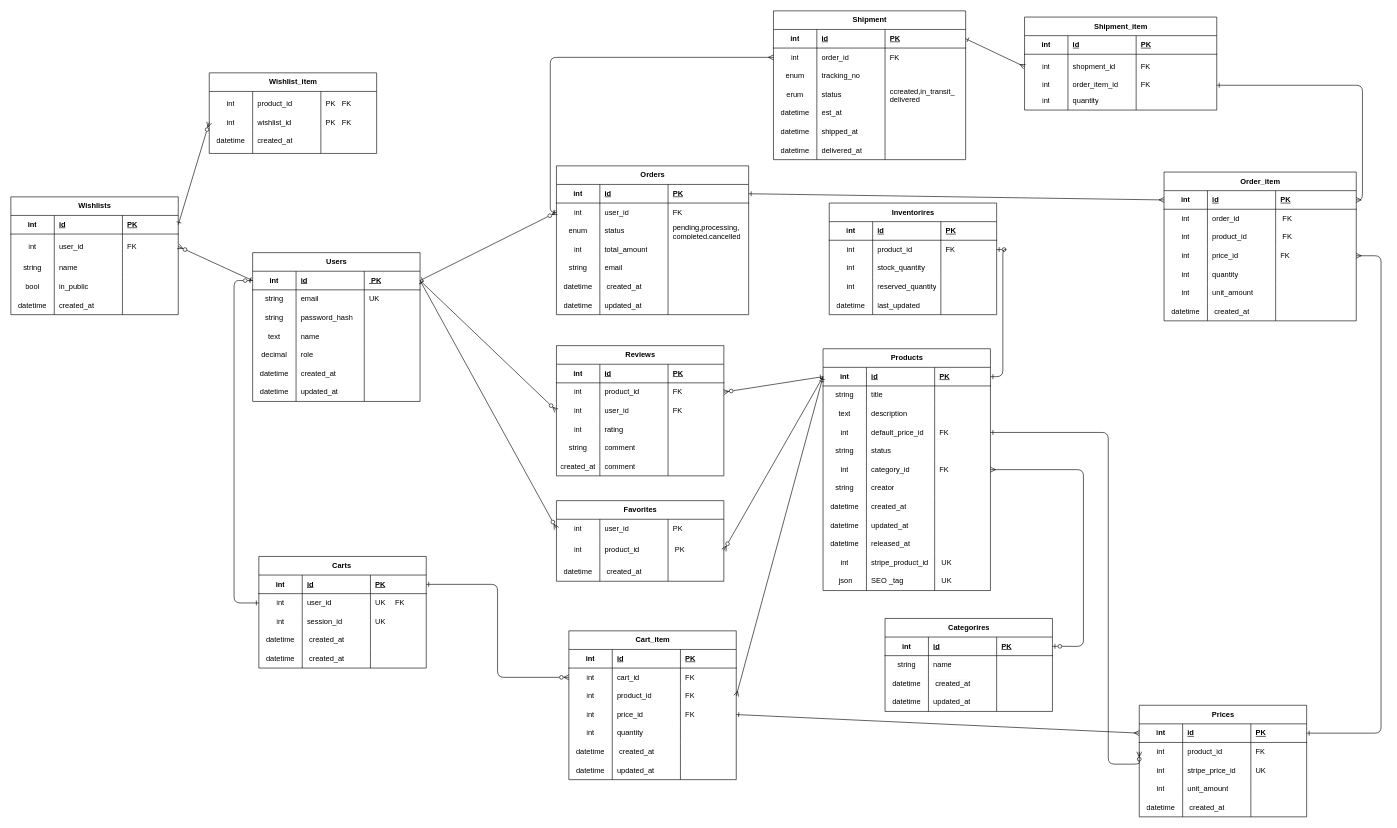
Earlier version of the draw.io diagram page "ER図案" (2 of 2) of er.dio (tt-921/recursion_backendproject_5_team). Source tidied: cells renumbered, new cells numbered last; positions are measured from the earlier drawing's top-left corner, leaving out a move shared by most shapes. Both pictures are drawn from the tidied source at 62%, with x=0, y=0 at pixel (11, 11).
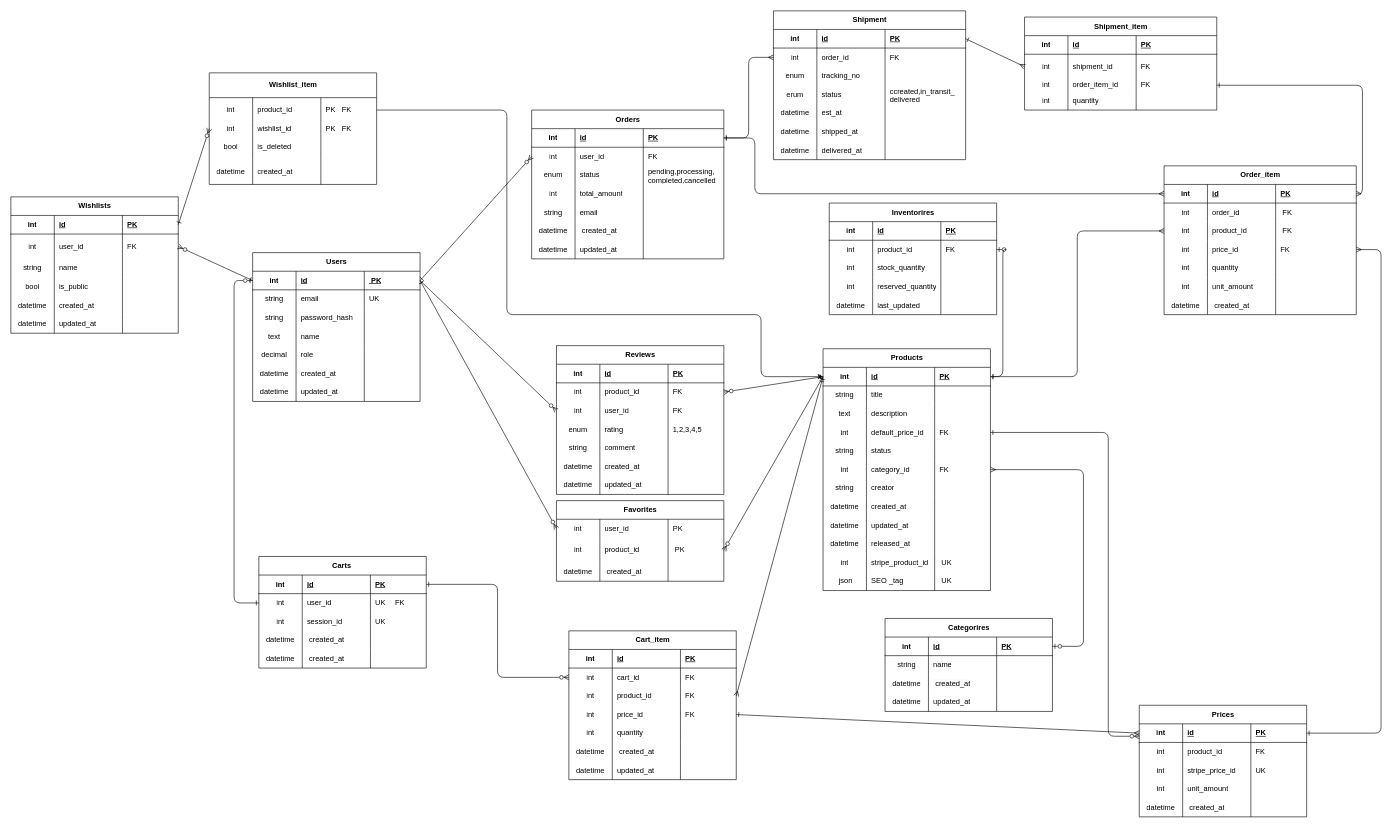
The same page after the edit.

Commit message:
レビューの修正

The change refers to these unchanged cells:
```xml
<mxCell id="3" style="shape=tableRow;horizontal=0;startSize=0;swimlaneHead=0;swimlaneBody=0;fillColor=none;points=[[0,0.5],[1,0.5]];portConstraint=eastwest;top=0;left=0;right=0;bottom=1;" parent="2" vertex="1">
  <mxGeometry y="30" width="270" height="30" as="geometry" />
</mxCell>
<mxCell id="15" style="shape=tableRow;horizontal=0;startSize=0;swimlaneHead=0;swimlaneBody=0;fillColor=none;points=[[0,0.5],[1,0.5]];portConstraint=eastwest;top=0;left=0;right=0;bottom=0;" parent="2" vertex="1">
  <mxGeometry y="120" width="270" height="30" as="geometry" />
</mxCell>
<mxCell id="108" style="shape=tableRow;horizontal=0;startSize=0;swimlaneHead=0;swimlaneBody=0;fillColor=none;points=[[0,0.5],[1,0.5]];portConstraint=eastwest;top=0;left=0;right=0;bottom=0;" parent="103" vertex="1">
  <mxGeometry y="60" width="270" height="30" as="geometry" />
</mxCell>
<mxCell id="125" style="shape=tableRow;horizontal=0;startSize=0;swimlaneHead=0;swimlaneBody=0;fillColor=none;points=[[0,0.5],[1,0.5]];portConstraint=eastwest;top=0;left=0;right=0;bottom=1;" parent="124" vertex="1">
  <mxGeometry y="30" width="310" height="30" as="geometry" />
</mxCell>
<mxCell id="129" style="shape=tableRow;horizontal=0;startSize=0;swimlaneHead=0;swimlaneBody=0;fillColor=none;points=[[0,0.5],[1,0.5]];portConstraint=eastwest;top=0;left=0;right=0;bottom=0;" parent="124" vertex="1">
  <mxGeometry y="60" width="310" height="30" as="geometry" />
</mxCell>
<mxCell id="154" style="shape=tableRow;horizontal=0;startSize=0;swimlaneHead=0;swimlaneBody=0;fillColor=none;points=[[0,0.5],[1,0.5]];portConstraint=eastwest;top=0;left=0;right=0;bottom=1;" parent="153" vertex="1">
  <mxGeometry y="30" width="310" height="30" as="geometry" />
</mxCell>
<mxCell id="162" style="shape=tableRow;horizontal=0;startSize=0;swimlaneHead=0;swimlaneBody=0;fillColor=none;points=[[0,0.5],[1,0.5]];portConstraint=eastwest;top=0;left=0;right=0;bottom=0;" parent="153" vertex="1">
  <mxGeometry y="90" width="310" height="30" as="geometry" />
</mxCell>
<mxCell id="195" style="shape=tableRow;horizontal=0;startSize=0;swimlaneHead=0;swimlaneBody=0;fillColor=none;top=0;left=0;right=0;bottom=0;" parent="182" vertex="1">
  <mxGeometry y="120" width="270" height="30" as="geometry" />
</mxCell>
<mxCell id="203" style="shape=tableRow;horizontal=0;startSize=0;swimlaneHead=0;swimlaneBody=0;fillColor=none;top=0;left=0;right=0;bottom=0;" parent="182" vertex="1">
  <mxGeometry y="180" width="270" height="30" as="geometry" />
</mxCell>
<mxCell id="283" style="shape=tableRow;horizontal=0;startSize=0;swimlaneHead=0;swimlaneBody=0;fillColor=none;top=0;left=0;right=0;bottom=0;" parent="270" vertex="1">
  <mxGeometry y="130" width="270" height="30" as="geometry" />
</mxCell>
<mxCell id="341" style="shape=tableRow;horizontal=0;startSize=0;swimlaneHead=0;swimlaneBody=0;fillColor=none;points=[[0,0.5],[1,0.5]];portConstraint=eastwest;top=0;left=0;right=0;bottom=0;" parent="336" vertex="1">
  <mxGeometry y="60" width="310" height="30" as="geometry" />
</mxCell>
<mxCell id="371" style="shape=tableRow;horizontal=0;startSize=0;swimlaneHead=0;swimlaneBody=0;fillColor=none;points=[[0,0.5],[1,0.5]];portConstraint=eastwest;top=0;left=0;right=0;bottom=0;" parent="366" vertex="1">
  <mxGeometry y="60" width="310" height="40" as="geometry" />
</mxCell>
```

The edit, as a diff of the source:
```diff
@@
     <mxCell id="124" value="Orders" style="shape=table;startSize=30;childLayout=tableLayout;rowLines=0;fontStyle=1;align=center;html=1;" parent="1" vertex="1">
-      <mxGeometry x="880" y="250" width="310" height="240" as="geometry" />
+      <mxGeometry x="840" y="160" width="310" height="240" as="geometry" />
     </mxCell>
@@
     <mxCell id="153" value="Order_item" style="shape=table;startSize=30;childLayout=tableLayout;rowLines=0;fontStyle=1;align=center;html=1;" parent="1" vertex="1">
-      <mxGeometry x="1860" y="260" width="310" height="240" as="geometry" />
+      <mxGeometry x="1860" y="250" width="310" height="240" as="geometry" />
     </mxCell>
@@
     <mxCell id="182" value="Reviews" style="shape=table;startSize=30;childLayout=tableLayout;rowLines=0;fontStyle=1;align=center;html=1;" parent="1" vertex="1">
-      <mxGeometry x="880" y="540" width="270" height="210" as="geometry" />
+      <mxGeometry x="880" y="540" width="270" height="240" as="geometry" />
     </mxCell>
@@
-    <mxCell id="196" value="int" style="shape=partialRectangle;fillColor=none;top=0;left=0;bottom=0;right=0;overflow=hidden;whiteSpace=wrap;html=1;" parent="195" vertex="1">
+    <mxCell id="196" value="enum" style="shape=partialRectangle;fillColor=none;top=0;left=0;bottom=0;right=0;overflow=hidden;whiteSpace=wrap;html=1;" parent="195" vertex="1">
       <mxGeometry width="70" height="30" as="geometry" />
     </mxCell>
@@
-    <mxCell id="198" style="shape=partialRectangle;fillColor=none;top=0;left=0;bottom=0;right=0;align=left;spacingLeft=6;overflow=hidden;whiteSpace=wrap;html=1;" parent="195" vertex="1">
+    <mxCell id="198" value="1,2,3,4,5" style="shape=partialRectangle;fillColor=none;top=0;left=0;bottom=0;right=0;align=left;spacingLeft=6;overflow=hidden;whiteSpace=wrap;html=1;" parent="195" vertex="1">
       <mxGeometry x="180" width="90" height="30" as="geometry" />
     </mxCell>
@@
-    <mxCell id="204" value="created_at" style="shape=partialRectangle;fillColor=none;top=0;left=0;bottom=0;right=0;overflow=hidden;whiteSpace=wrap;html=1;" parent="203" vertex="1">
+    <mxCell id="204" value="&lt;span style=&quot;color: rgb(0, 0, 0);&quot;&gt;datetime&lt;/span&gt;" style="shape=partialRectangle;fillColor=none;top=0;left=0;bottom=0;right=0;overflow=hidden;whiteSpace=wrap;html=1;" parent="203" vertex="1">
       <mxGeometry width="70" height="30" as="geometry" />
     </mxCell>
-    <mxCell id="205" value="comment" style="shape=partialRectangle;fillColor=none;top=0;left=0;bottom=0;right=0;align=left;spacingLeft=6;overflow=hidden;whiteSpace=wrap;html=1;" parent="203" vertex="1">
+    <mxCell id="205" value="&lt;span style=&quot;color: rgb(0, 0, 0); font-family: Helvetica; font-size: 12px; font-style: normal; font-variant-ligatures: normal; font-variant-caps: normal; font-weight: 400; letter-spacing: normal; orphans: 2; text-align: center; text-indent: 0px; text-transform: none; widows: 2; word-spacing: 0px; -webkit-text-stroke-width: 0px; white-space: normal; background-color: rgb(251, 251, 251); text-decoration-thickness: initial; text-decoration-style: initial; text-decoration-color: initial; display: inline !important; float: none;&quot;&gt;created_at&lt;/span&gt;" style="shape=partialRectangle;fillColor=none;top=0;left=0;bottom=0;right=0;align=left;spacingLeft=6;overflow=hidden;whiteSpace=wrap;html=1;" parent="203" vertex="1">
       <mxGeometry x="70" width="110" height="30" as="geometry" />
     </mxCell>
@@
+    <mxCell id="385" style="shape=tableRow;horizontal=0;startSize=0;swimlaneHead=0;swimlaneBody=0;fillColor=none;top=0;left=0;right=0;bottom=0;" parent="182" vertex="1">
+      <mxGeometry y="210" width="270" height="30" as="geometry" />
+    </mxCell>
+    <mxCell id="386" value="&lt;span style=&quot;color: rgb(0, 0, 0);&quot;&gt;datetime&lt;/span&gt;" style="shape=partialRectangle;fillColor=none;top=0;left=0;bottom=0;right=0;overflow=hidden;whiteSpace=wrap;html=1;" parent="385" vertex="1">
+      <mxGeometry width="70" height="30" as="geometry" />
+    </mxCell>
+    <mxCell id="387" value="&lt;span style=&quot;color: rgb(0, 0, 0); text-align: center;&quot;&gt;updated_at&lt;/span&gt;" style="shape=partialRectangle;fillColor=none;top=0;left=0;bottom=0;right=0;align=left;spacingLeft=6;overflow=hidden;whiteSpace=wrap;html=1;" parent="385" vertex="1">
+      <mxGeometry x="70" width="110" height="30" as="geometry" />
+    </mxCell>
+    <mxCell id="388" style="shape=partialRectangle;fillColor=none;top=0;left=0;bottom=0;right=0;align=left;spacingLeft=6;overflow=hidden;whiteSpace=wrap;html=1;" parent="385" vertex="1">
+      <mxGeometry x="180" width="90" height="30" as="geometry" />
+    </mxCell>
@@
     <mxCell id="270" value="Wishlists" style="shape=table;startSize=30;childLayout=tableLayout;rowLines=0;fontStyle=1;align=center;html=1;" parent="1" vertex="1">
-      <mxGeometry y="300" width="270" height="190" as="geometry" />
+      <mxGeometry y="300" width="270" height="220" as="geometry" />
     </mxCell>
@@
-    <mxCell id="285" value="in_public" style="shape=partialRectangle;fillColor=none;top=0;left=0;bottom=0;right=0;align=left;spacingLeft=6;overflow=hidden;whiteSpace=wrap;html=1;" parent="283" vertex="1">
+    <mxCell id="285" value="is_public" style="shape=partialRectangle;fillColor=none;top=0;left=0;bottom=0;right=0;align=left;spacingLeft=6;overflow=hidden;whiteSpace=wrap;html=1;" parent="283" vertex="1">
       <mxGeometry x="70" width="110" height="30" as="geometry" />
     </mxCell>
@@
+    <mxCell id="389" style="shape=tableRow;horizontal=0;startSize=0;swimlaneHead=0;swimlaneBody=0;fillColor=none;top=0;left=0;right=0;bottom=0;" parent="270" vertex="1">
+      <mxGeometry y="190" width="270" height="30" as="geometry" />
+    </mxCell>
+    <mxCell id="390" value="&lt;span style=&quot;color: rgb(0, 0, 0);&quot;&gt;datetime&lt;/span&gt;" style="shape=partialRectangle;fillColor=none;top=0;left=0;bottom=0;right=0;overflow=hidden;whiteSpace=wrap;html=1;" parent="389" vertex="1">
+      <mxGeometry width="70" height="30" as="geometry" />
+    </mxCell>
+    <mxCell id="391" value="updated_at" style="shape=partialRectangle;fillColor=none;top=0;left=0;bottom=0;right=0;align=left;spacingLeft=6;overflow=hidden;whiteSpace=wrap;html=1;" parent="389" vertex="1">
+      <mxGeometry x="70" width="110" height="30" as="geometry" />
+    </mxCell>
+    <mxCell id="392" style="shape=partialRectangle;fillColor=none;top=0;left=0;bottom=0;right=0;align=left;spacingLeft=6;overflow=hidden;whiteSpace=wrap;html=1;" parent="389" vertex="1">
+      <mxGeometry x="180" width="90" height="30" as="geometry" />
+    </mxCell>
@@
-    <mxCell id="297" style="html=1;exitX=0;exitY=0.5;exitDx=0;exitDy=0;entryX=1;entryY=0.5;entryDx=0;entryDy=0;endArrow=ERone;endFill=0;startArrow=ERzeroToMany;startFill=0;edgeStyle=orthogonalEdgeStyle;" parent="1" edge="1" source="108" target="15">
-      <mxGeometry relative="1" as="geometry">
-        <Array as="points">
-          <mxPoint x="1770" y="1215" />
-          <mxPoint x="1770" y="680" />
-        </Array>
-      </mxGeometry>
-    </mxCell>
@@
-    <mxCell id="303" value="Wishlist_item" style="shape=table;startSize=30;childLayout=tableLayout;rowLines=0;fontStyle=1;align=center;html=1;" parent="1" vertex="1">
-      <mxGeometry x="320" y="100" width="270" height="130" as="geometry" />
+    <mxCell id="303" value="Wishlist_item" style="shape=table;startSize=40;childLayout=tableLayout;rowLines=0;fontStyle=1;align=center;html=1;" parent="1" vertex="1">
+      <mxGeometry x="320" y="100" width="270" height="180" as="geometry" />
     </mxCell>
     <mxCell id="304" style="shape=tableRow;horizontal=0;startSize=0;swimlaneHead=0;swimlaneBody=0;fillColor=none;points=[[0,0.5],[1,0.5]];portConstraint=eastwest;top=0;left=0;right=0;bottom=0;" parent="303" vertex="1">
-      <mxGeometry y="30" width="270" height="40" as="geometry" />
+      <mxGeometry y="40" width="270" height="40" as="geometry" />
     </mxCell>
@@
     <mxCell id="308" style="shape=tableRow;horizontal=0;startSize=0;swimlaneHead=0;swimlaneBody=0;fillColor=none;points=[[0,0.5],[1,0.5]];portConstraint=eastwest;top=0;left=0;right=0;bottom=0;" parent="303" vertex="1">
-      <mxGeometry y="70" width="270" height="20" as="geometry" />
+      <mxGeometry y="80" width="270" height="20" as="geometry" />
     </mxCell>
@@
     <mxCell id="312" style="shape=tableRow;horizontal=0;startSize=0;swimlaneHead=0;swimlaneBody=0;fillColor=none;top=0;left=0;right=0;bottom=0;" parent="303" vertex="1">
-      <mxGeometry y="90" width="270" height="40" as="geometry" />
+      <mxGeometry y="100" width="270" height="40" as="geometry" />
     </mxCell>
-    <mxCell id="313" value="&lt;span style=&quot;color: rgb(0, 0, 0);&quot;&gt;datetime&lt;/span&gt;" style="shape=partialRectangle;fillColor=none;top=0;left=0;bottom=0;right=0;overflow=hidden;whiteSpace=wrap;html=1;" parent="312" vertex="1">
+    <mxCell id="313" value="&lt;span style=&quot;color: rgb(0, 0, 0);&quot;&gt;bool&lt;/span&gt;" style="shape=partialRectangle;fillColor=none;top=0;left=0;bottom=0;right=0;overflow=hidden;whiteSpace=wrap;html=1;" parent="312" vertex="1">
       <mxGeometry width="70" height="40" as="geometry" />
     </mxCell>
-    <mxCell id="314" value="created_at" style="shape=partialRectangle;fillColor=none;top=0;left=0;bottom=0;right=0;align=left;spacingLeft=6;overflow=hidden;whiteSpace=wrap;html=1;" parent="312" vertex="1">
+    <mxCell id="314" value="is_deleted" style="shape=partialRectangle;fillColor=none;top=0;left=0;bottom=0;right=0;align=left;spacingLeft=6;overflow=hidden;whiteSpace=wrap;html=1;" parent="312" vertex="1">
       <mxGeometry x="70" width="110" height="40" as="geometry" />
     </mxCell>
@@
+    <mxCell id="393" style="shape=tableRow;horizontal=0;startSize=0;swimlaneHead=0;swimlaneBody=0;fillColor=none;top=0;left=0;right=0;bottom=0;" parent="303" vertex="1">
+      <mxGeometry y="140" width="270" height="40" as="geometry" />
+    </mxCell>
+    <mxCell id="394" value="&lt;span style=&quot;color: rgb(0, 0, 0);&quot;&gt;datetime&lt;/span&gt;" style="shape=partialRectangle;fillColor=none;top=0;left=0;bottom=0;right=0;overflow=hidden;whiteSpace=wrap;html=1;" parent="393" vertex="1">
+      <mxGeometry width="70" height="40" as="geometry" />
+    </mxCell>
+    <mxCell id="395" value="created_at" style="shape=partialRectangle;fillColor=none;top=0;left=0;bottom=0;right=0;align=left;spacingLeft=6;overflow=hidden;whiteSpace=wrap;html=1;" parent="393" vertex="1">
+      <mxGeometry x="70" width="110" height="40" as="geometry" />
+    </mxCell>
+    <mxCell id="396" style="shape=partialRectangle;fillColor=none;top=0;left=0;bottom=0;right=0;align=left;spacingLeft=6;overflow=hidden;whiteSpace=wrap;html=1;" parent="393" vertex="1">
+      <mxGeometry x="180" width="90" height="40" as="geometry" />
+    </mxCell>
@@
-    <mxCell id="335" style="html=1;exitX=1;exitY=0.5;exitDx=0;exitDy=0;entryX=0;entryY=0.5;entryDx=0;entryDy=0;startArrow=ERone;startFill=0;endArrow=ERmany;endFill=0;" parent="1" edge="1" source="125" target="154">
-      <mxGeometry relative="1" as="geometry" />
+    <mxCell id="335" style="html=1;exitX=1;exitY=0.5;exitDx=0;exitDy=0;entryX=0;entryY=0.5;entryDx=0;entryDy=0;startArrow=ERone;startFill=0;endArrow=ERmany;endFill=0;edgeStyle=orthogonalEdgeStyle;" parent="1" edge="1" source="125" target="154">
+      <mxGeometry relative="1" as="geometry">
+        <Array as="points">
+          <mxPoint x="1200" y="205" />
+          <mxPoint x="1200" y="295" />
+        </Array>
+      </mxGeometry>
     </mxCell>
@@
-    <mxCell id="365" style="edgeStyle=orthogonalEdgeStyle;html=1;exitX=0;exitY=0.5;exitDx=0;exitDy=0;entryX=0;entryY=0.5;entryDx=0;entryDy=0;endArrow=ERone;endFill=0;startArrow=ERmany;startFill=0;" parent="1" edge="1" source="341" target="129">
+    <mxCell id="365" style="edgeStyle=orthogonalEdgeStyle;html=1;exitX=0;exitY=0.5;exitDx=0;exitDy=0;entryX=1;entryY=0.5;entryDx=0;entryDy=0;endArrow=ERone;endFill=0;startArrow=ERmany;startFill=0;" parent="1" edge="1" source="341" target="125">
       <mxGeometry relative="1" as="geometry" />
     </mxCell>
@@
-    <mxCell id="373" value="&lt;span style=&quot;color: rgb(0, 0, 0);&quot;&gt;shopment_id&lt;/span&gt;" style="shape=partialRectangle;fillColor=none;top=0;left=0;bottom=0;right=0;align=left;spacingLeft=6;overflow=hidden;whiteSpace=wrap;html=1;" parent="371" vertex="1">
+    <mxCell id="373" value="&lt;span style=&quot;color: rgb(0, 0, 0);&quot;&gt;shipment_id&lt;/span&gt;" style="shape=partialRectangle;fillColor=none;top=0;left=0;bottom=0;right=0;align=left;spacingLeft=6;overflow=hidden;whiteSpace=wrap;html=1;" parent="371" vertex="1">
       <mxGeometry x="70" width="110" height="40" as="geometry" />
     </mxCell>
@@
+    <mxCell id="397" style="edgeStyle=orthogonalEdgeStyle;html=1;exitX=1;exitY=0.5;exitDx=0;exitDy=0;endArrow=ERzeroToMany;endFill=0;startArrow=ERone;startFill=0;" parent="1" edge="1" source="15">
+      <mxGeometry relative="1" as="geometry">
+        <mxPoint x="1820" y="1170" as="targetPoint" />
+        <Array as="points">
+          <mxPoint x="1770" y="680" />
+          <mxPoint x="1770" y="1170" />
+        </Array>
+      </mxGeometry>
+    </mxCell>
+    <mxCell id="398" style="edgeStyle=orthogonalEdgeStyle;html=1;exitX=0;exitY=0.5;exitDx=0;exitDy=0;entryX=1;entryY=0.5;entryDx=0;entryDy=0;endArrow=ERone;endFill=0;startArrow=ERmany;startFill=0;" parent="1" edge="1" source="162" target="3">
+      <mxGeometry relative="1" as="geometry" />
+    </mxCell>
+    <mxCell id="399" style="edgeStyle=orthogonalEdgeStyle;html=1;exitX=1;exitY=0.5;exitDx=0;exitDy=0;entryX=0;entryY=0.5;entryDx=0;entryDy=0;" parent="1" edge="1" source="304" target="3">
+      <mxGeometry relative="1" as="geometry">
+        <Array as="points">
+          <mxPoint x="800" y="160" />
+          <mxPoint x="800" y="490" />
+          <mxPoint x="1210" y="490" />
+          <mxPoint x="1210" y="590" />
+        </Array>
+      </mxGeometry>
+    </mxCell>
```
